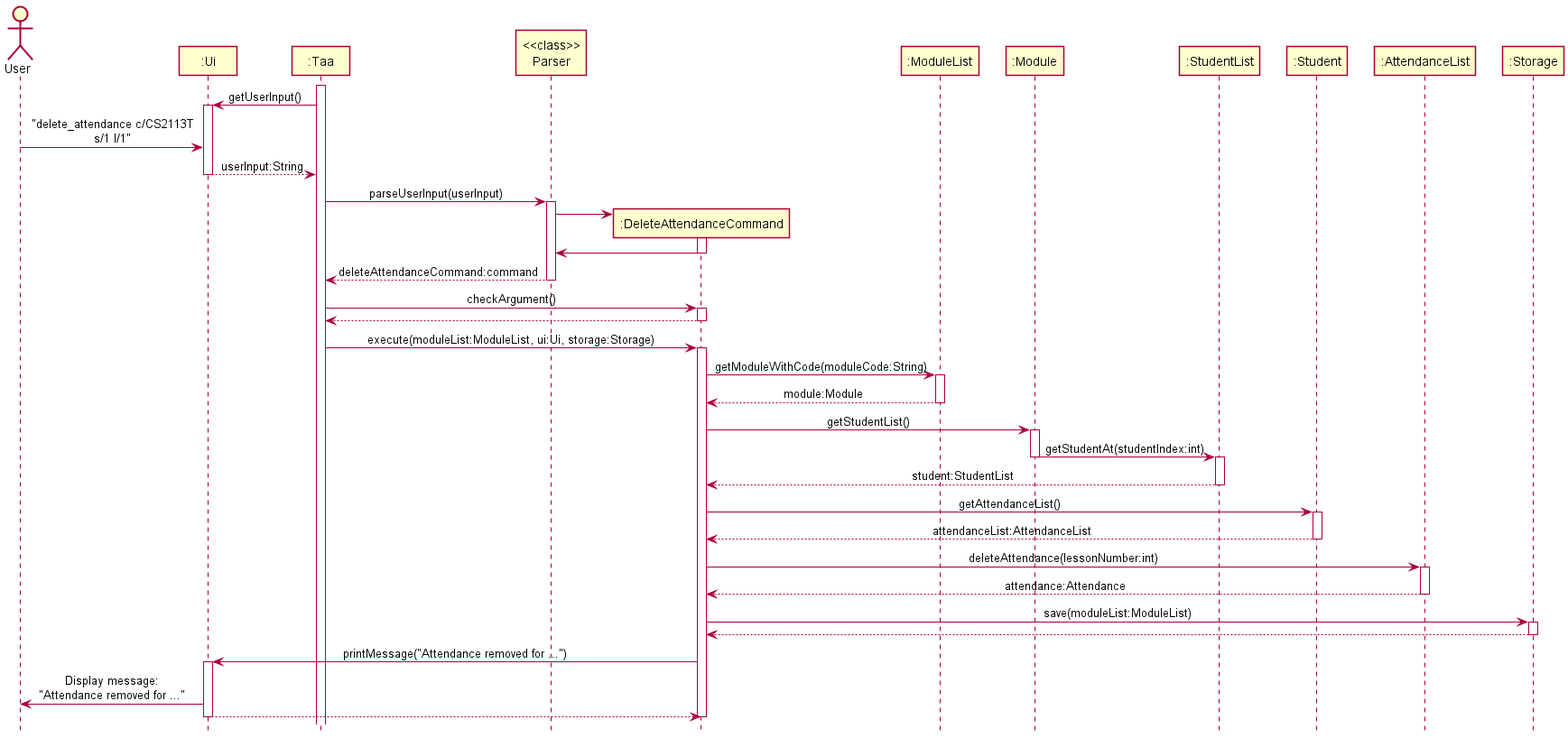
The PlantUML diagram docs/diagrams/sequence/DeleteAttendanceSequenceDiagram.png in nus-cs2113-AY2122S1/tp, before a commit. The source it was exported from:
```plantuml
@startuml
!include style.puml

Actor User as user
Participant ":Ui" as ui
Participant ":Taa" as taa
Participant "<<class>>\nParser" as parser
Participant ":DeleteAttendanceCommand" as deleteAttendanceCommand
Participant ":ModuleList" as moduleList
Participant ":Module" as module
Participant ":StudentList" as studentList
Participant ":Student" as student
Participant ":AttendanceList" as attendanceList
Participant ":Storage" as storage

activate taa

taa -> ui : getUserInput()
activate ui

user -> ui : "delete_attendance c/CS2113T\ns/1 l/1"
ui --> taa : userInput:String
deactivate ui

taa -> parser : parseUserInput(userInput)
activate parser

create deleteAttendanceCommand
parser -> deleteAttendanceCommand
activate deleteAttendanceCommand
deleteAttendanceCommand -> parser
deactivate deleteAttendanceCommand

parser --> taa : deleteAttendanceCommand:command
deactivate parser

taa -> deleteAttendanceCommand : checkArgument()
activate deleteAttendanceCommand

deleteAttendanceCommand --> taa
deactivate deleteAttendanceCommand

taa -> deleteAttendanceCommand : execute(moduleList:ModuleList, ui:Ui, storage:Storage)
activate deleteAttendanceCommand

deleteAttendanceCommand -> moduleList : getModuleWithCode(moduleCode:String)
activate moduleList
moduleList --> deleteAttendanceCommand : module:Module
deactivate moduleList

deleteAttendanceCommand -> module : getStudentList()
activate module
module -> studentList : getStudentAt(studentIndex:int)
deactivate module
activate studentList
studentList --> deleteAttendanceCommand : student:StudentList
deactivate studentList

deleteAttendanceCommand -> student : getAttendanceList()
activate student
student --> deleteAttendanceCommand : attendanceList:AttendanceList
deactivate student

deleteAttendanceCommand -> attendanceList : deleteAttendance(lessonNumber:int)
activate attendanceList
attendanceList --> deleteAttendanceCommand : attendance:Attendance
deactivate attendanceList

deleteAttendanceCommand -> storage : save(moduleList:ModuleList)
activate storage
storage --> deleteAttendanceCommand
deactivate storage

deleteAttendanceCommand -> ui : printMessage("Attendance removed for ...")
activate ui
ui -> user : Display message:\n"Attendance removed for ..."
ui --> deleteAttendanceCommand
deactivate ui

deactivate deleteAttendanceCommand

@enduml
```
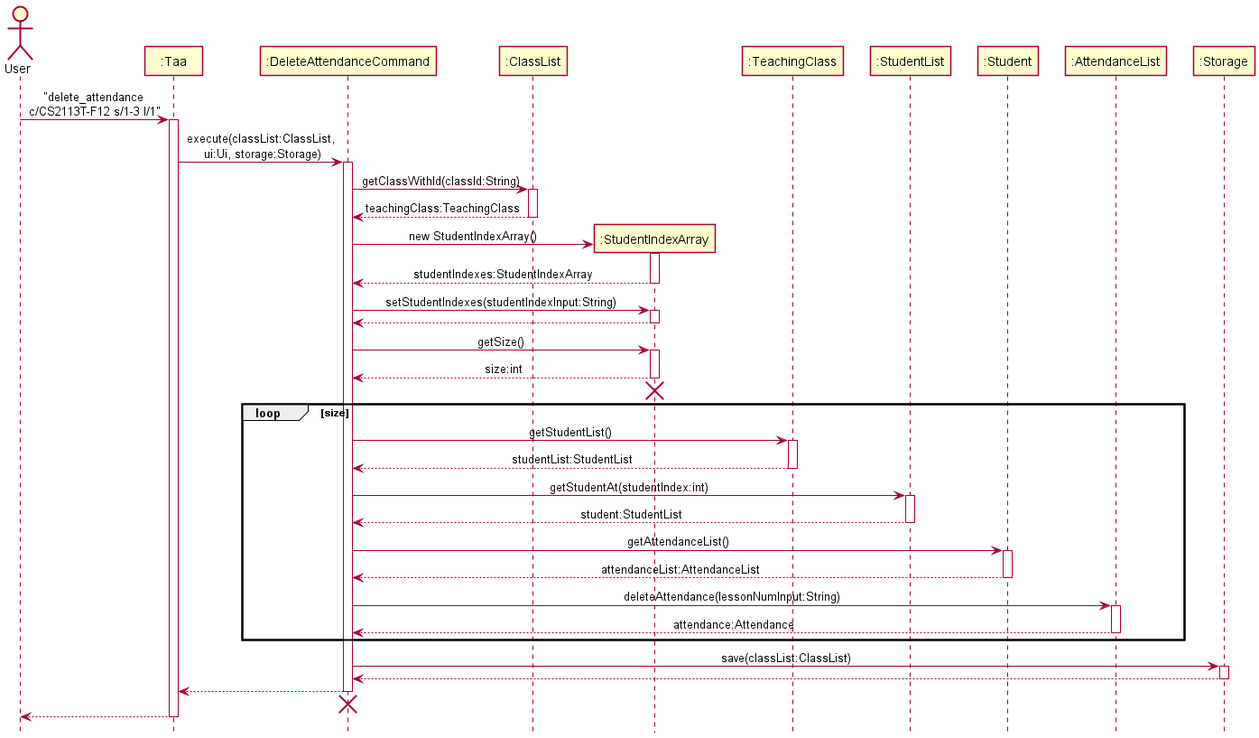
After the change.

Commit message:
update dg with new sequence diagrams modify verify in attendance

The edit, as a diff of the source:
```diff
@@ -1,82 +1,80 @@
 @startuml
-!include style.puml
+!include SequenceStyle.puml
 
 Actor User as user
-Participant ":Ui" as ui
 Participant ":Taa" as taa
-Participant "<<class>>\nParser" as parser
 Participant ":DeleteAttendanceCommand" as deleteAttendanceCommand
-Participant ":ModuleList" as moduleList
-Participant ":Module" as module
+Participant ":ClassList" as classList
+Participant ":StudentIndexArray" as studentIndexArray
+Participant ":TeachingClass" as teachingClass
 Participant ":StudentList" as studentList
 Participant ":Student" as student
 Participant ":AttendanceList" as attendanceList
 Participant ":Storage" as storage
 
+
+user -> taa : "delete_attendance \nc/CS2113T-F12 s/1-3 l/1"
 activate taa
-
-taa -> ui : getUserInput()
-activate ui
-
-user -> ui : "delete_attendance c/CS2113T\ns/1 l/1"
-ui --> taa : userInput:String
-deactivate ui
-
-taa -> parser : parseUserInput(userInput)
-activate parser
-
-create deleteAttendanceCommand
-parser -> deleteAttendanceCommand
-activate deleteAttendanceCommand
-deleteAttendanceCommand -> parser
-deactivate deleteAttendanceCommand
-
-parser --> taa : deleteAttendanceCommand:command
-deactivate parser
-
-taa -> deleteAttendanceCommand : checkArgument()
+taa -> deleteAttendanceCommand : execute(classList:ClassList,\n ui:Ui, storage:Storage)
 activate deleteAttendanceCommand
 
-deleteAttendanceCommand --> taa
-deactivate deleteAttendanceCommand
+deleteAttendanceCommand -> classList : getClassWithId(classId:String)
+activate classList
+classList --> deleteAttendanceCommand : teachingClass:TeachingClass
+deactivate classList
 
-taa -> deleteAttendanceCommand : execute(moduleList:ModuleList, ui:Ui, storage:Storage)
-activate deleteAttendanceCommand
+create studentIndexArray
+deleteAttendanceCommand -> studentIndexArray : new StudentIndexArray()
+activate studentIndexArray
+studentIndexArray --> deleteAttendanceCommand : studentIndexes:StudentIndexArray
+deactivate studentIndexArray
 
-deleteAttendanceCommand -> moduleList : getModuleWithCode(moduleCode:String)
-activate moduleList
-moduleList --> deleteAttendanceCommand : module:Module
-deactivate moduleList
+deleteAttendanceCommand -> studentIndexArray : setStudentIndexes(studentIndexInput:String)
+activate studentIndexArray
+studentIndexArray --> deleteAttendanceCommand
+deactivate studentIndexArray
 
-deleteAttendanceCommand -> module : getStudentList()
-activate module
-module -> studentList : getStudentAt(studentIndex:int)
-deactivate module
-activate studentList
-studentList --> deleteAttendanceCommand : student:StudentList
-deactivate studentList
+deleteAttendanceCommand -> studentIndexArray : getSize()
+activate studentIndexArray
+studentIndexArray --> deleteAttendanceCommand : size:int
+deactivate studentIndexArray
 
-deleteAttendanceCommand -> student : getAttendanceList()
-activate student
-student --> deleteAttendanceCommand : attendanceList:AttendanceList
-deactivate student
+deleteAttendanceCommand -[hidden]-> studentIndexArray
+destroy studentIndexArray
 
-deleteAttendanceCommand -> attendanceList : deleteAttendance(lessonNumber:int)
-activate attendanceList
-attendanceList --> deleteAttendanceCommand : attendance:Attendance
-deactivate attendanceList
+loop size
+    deleteAttendanceCommand -> teachingClass : getStudentList()
+    activate teachingClass
+    teachingClass --> deleteAttendanceCommand : studentList:StudentList
+    deactivate teachingClass
 
-deleteAttendanceCommand -> storage : save(moduleList:ModuleList)
+    deleteAttendanceCommand -> studentList : getStudentAt(studentIndex:int)
+    activate studentList
+    studentList --> deleteAttendanceCommand : student:StudentList
+    deactivate studentList
+
+    deleteAttendanceCommand -> student : getAttendanceList()
+    activate student
+    student --> deleteAttendanceCommand : attendanceList:AttendanceList
+    deactivate student
+
+    deleteAttendanceCommand -> attendanceList : deleteAttendance(lessonNumInput:String)
+    activate attendanceList
+    attendanceList --> deleteAttendanceCommand : attendance:Attendance
+    deactivate attendanceList
+end
+
+deleteAttendanceCommand -> storage : save(classList:ClassList)
 activate storage
 storage --> deleteAttendanceCommand
 deactivate storage
 
-deleteAttendanceCommand -> ui : printMessage("Attendance removed for ...")
-activate ui
-ui -> user : Display message:\n"Attendance removed for ..."
-ui --> deleteAttendanceCommand
-deactivate ui
+deleteAttendanceCommand --> taa
+deactivate deleteAttendanceCommand
+taa -[hidden]-> deleteAttendanceCommand
+destroy deleteAttendanceCommand
 
-deactivate deleteAttendanceCommand
+taa --> user
+deactivate taa
 
 @enduml
```
